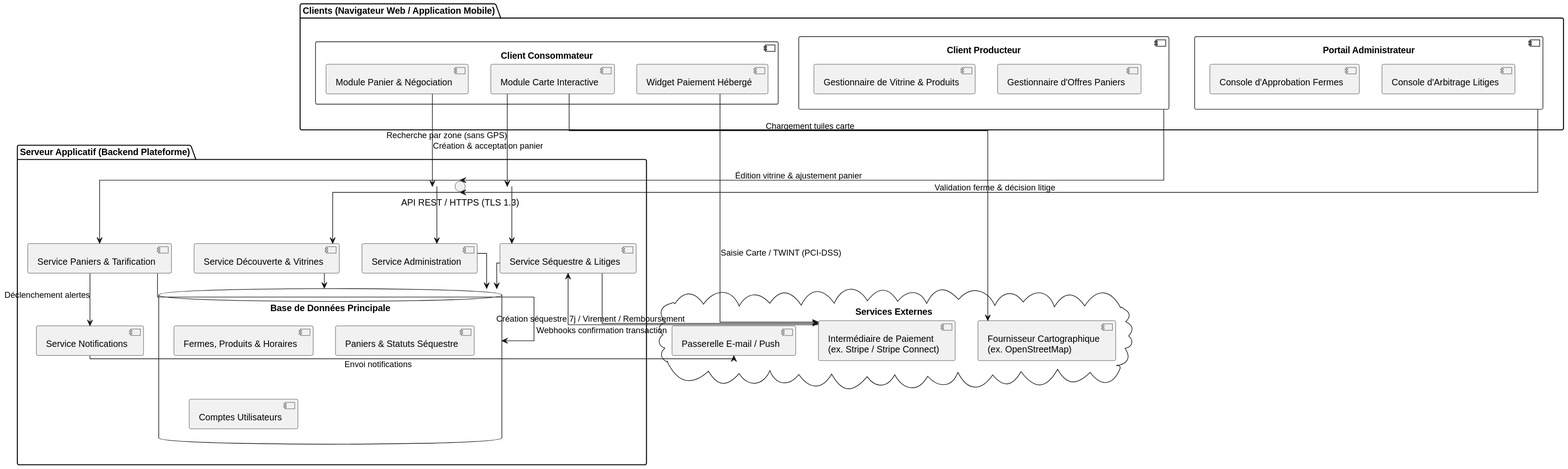
Above: assets/diagrams/architecture.svg in Uhrbaan/reis-panier-fermier (PlantUML), before the change. Its diagram source:
```plantuml
@startuml
skinparam componentStyle uml2
skinparam shadowing false
skinparam linetype ortho

package "Clients (Navigateur Web / Application Mobile)" {
    component "Client Consommateur" as ClientApp {
        [Module Carte Interactive]
        [Module Panier & Négociation]
        [Widget Paiement Hébergé]
    }
    component "Client Producteur" as FarmerApp {
        [Gestionnaire de Vitrine & Produits]
        [Gestionnaire d'Offres Paniers]
    }
    component "Portail Administrateur" as AdminApp {
        [Console d'Approbation Fermes]
        [Console d'Arbitrage Litiges]
    }
}

package "Serveur Applicatif (Backend Plateforme)" {
    interface "API REST / HTTPS (TLS 1.3)" as API

    component [Service Découverte & Vitrines] as DiscoverySvc
    component [Service Paniers & Tarification] as OrderSvc
    component [Service Séquestre & Litiges] as EscrowSvc
    component [Service Administration] as AdminSvc
    component [Service Notifications] as NotifSvc

    database "Base de Données Principale" as DB {
        [Fermes, Produits & Horaires]
        [Paniers & Statuts Séquestre]
        [Comptes Utilisateurs]
    }
}

cloud "Services Externes" {
    component "Intermédiaire de Paiement\n(ex. Stripe / Stripe Connect)" as Stripe
    component "Fournisseur Cartographique\n(ex. OpenStreetMap)" as MapAPI
    component "Passerelle E-mail / Push" as MsgAPI
}

[Module Carte Interactive] --> MapAPI : Chargement tuiles carte
[Module Carte Interactive] --> API : Recherche par zone (sans GPS)
[Module Panier & Négociation] --> API : Création & acceptation panier
[Widget Paiement Hébergé] --> Stripe : Saisie Carte / TWINT (PCI-DSS)

FarmerApp --> API : Édition vitrine & ajustement panier
AdminApp --> API : Validation ferme & décision litige

API --> DiscoverySvc
API --> OrderSvc
API --> EscrowSvc
API --> AdminSvc

DiscoverySvc --> DB
OrderSvc --> DB
EscrowSvc --> DB
AdminSvc --> DB

OrderSvc --> NotifSvc : Déclenchement alertes
EscrowSvc --> Stripe : Création séquestre 7j / Virement / Remboursement
Stripe --> EscrowSvc : Webhooks confirmation transaction
NotifSvc --> MsgAPI : Envoi notifications
@enduml
```
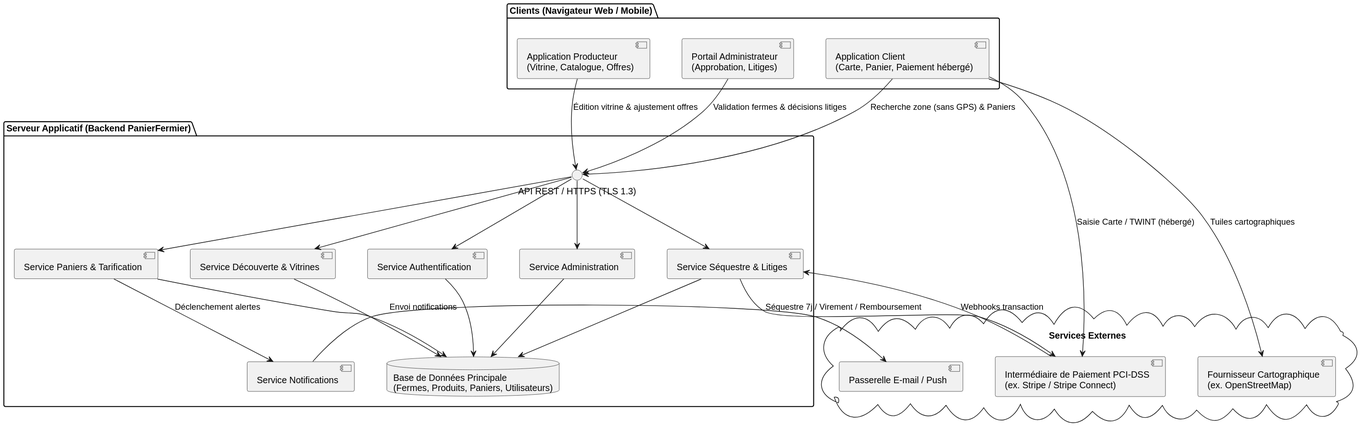
Later version of the same file.

What changed in the source:
```diff
@@ -1,66 +1,55 @@
 @startuml
 skinparam componentStyle uml2
 skinparam shadowing false
-skinparam linetype ortho
+skinparam ranksep 70
+skinparam nodesep 50
 
-package "Clients (Navigateur Web / Application Mobile)" {
-    component "Client Consommateur" as ClientApp {
-        [Module Carte Interactive]
-        [Module Panier & Négociation]
-        [Widget Paiement Hébergé]
-    }
-    component "Client Producteur" as FarmerApp {
-        [Gestionnaire de Vitrine & Produits]
-        [Gestionnaire d'Offres Paniers]
-    }
-    component "Portail Administrateur" as AdminApp {
-        [Console d'Approbation Fermes]
-        [Console d'Arbitrage Litiges]
-    }
+package "Clients (Navigateur Web / Mobile)" {
+    component "Application Client\n(Carte, Panier, Paiement hébergé)" as ClientApp
+    component "Application Producteur\n(Vitrine, Catalogue, Offres)" as FarmerApp
+    component "Portail Administrateur\n(Approbation, Litiges)" as AdminApp
 }
 
-package "Serveur Applicatif (Backend Plateforme)" {
+package "Serveur Applicatif (Backend PanierFermier)" {
     interface "API REST / HTTPS (TLS 1.3)" as API
 
+    component [Service Authentification] as AuthSvc
     component [Service Découverte & Vitrines] as DiscoverySvc
     component [Service Paniers & Tarification] as OrderSvc
     component [Service Séquestre & Litiges] as EscrowSvc
     component [Service Administration] as AdminSvc
     component [Service Notifications] as NotifSvc
 
-    database "Base de Données Principale" as DB {
-        [Fermes, Produits & Horaires]
-        [Paniers & Statuts Séquestre]
-        [Comptes Utilisateurs]
-    }
+    database "Base de Données Principale\n(Fermes, Produits, Paniers, Utilisateurs)" as DB
 }
 
 cloud "Services Externes" {
-    component "Intermédiaire de Paiement\n(ex. Stripe / Stripe Connect)" as Stripe
+    component "Intermédiaire de Paiement PCI-DSS\n(ex. Stripe / Stripe Connect)" as Stripe
     component "Fournisseur Cartographique\n(ex. OpenStreetMap)" as MapAPI
     component "Passerelle E-mail / Push" as MsgAPI
 }
 
-[Module Carte Interactive] --> MapAPI : Chargement tuiles carte
-[Module Carte Interactive] --> API : Recherche par zone (sans GPS)
-[Module Panier & Négociation] --> API : Création & acceptation panier
-[Widget Paiement Hébergé] --> Stripe : Saisie Carte / TWINT (PCI-DSS)
+ClientApp --> MapAPI : Tuiles cartographiques
+ClientApp --> API : Recherche zone (sans GPS) & Paniers
+ClientApp --> Stripe : Saisie Carte / TWINT (hébergé)
 
-FarmerApp --> API : Édition vitrine & ajustement panier
-AdminApp --> API : Validation ferme & décision litige
+FarmerApp --> API : Édition vitrine & ajustement offres
+AdminApp --> API : Validation fermes & décisions litiges
 
+API --> AuthSvc
 API --> DiscoverySvc
 API --> OrderSvc
 API --> EscrowSvc
 API --> AdminSvc
 
+AuthSvc --> DB
 DiscoverySvc --> DB
 OrderSvc --> DB
 EscrowSvc --> DB
 AdminSvc --> DB
 
 OrderSvc --> NotifSvc : Déclenchement alertes
-EscrowSvc --> Stripe : Création séquestre 7j / Virement / Remboursement
-Stripe --> EscrowSvc : Webhooks confirmation transaction
+EscrowSvc --> Stripe : Séquestre 7j / Virement / Remboursement
+Stripe --> EscrowSvc : Webhooks transaction
 NotifSvc --> MsgAPI : Envoi notifications
 @enduml
```
